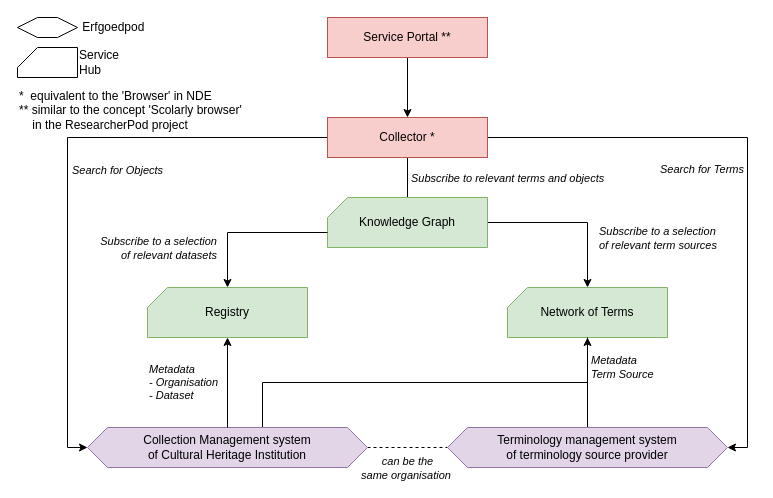
ErfgoedPod/usecases keeps this draw.io diagram as diagrams/NDE-overzicht.drawio. Above is the earlier version. Source tidied: cells renumbered, new cells numbered last; positions are measured from the earlier drawing's top-left corner, leaving out a move shared by most shapes. Both pictures are drawn from the tidied source at 100%, with x=0, y=0 at pixel (17, 17).
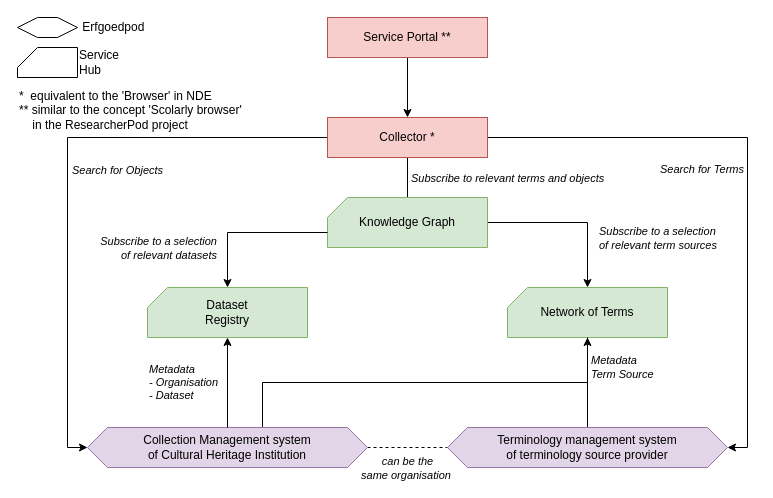
Above is the later version.

Change to the diagram source:
```diff
@@
-    <mxCell id="25" value="Registry" style="shape=card;whiteSpace=wrap;html=1;size=20;fillColor=#d5e8d4;strokeColor=#82b366;" parent="1" vertex="1">
+    <mxCell id="25" value="Dataset&lt;br&gt;Registry" style="shape=card;whiteSpace=wrap;html=1;size=20;fillColor=#d5e8d4;strokeColor=#82b366;" parent="1" vertex="1">
       <mxGeometry x="130" y="270" width="160" height="50" as="geometry" />
     </mxCell>
```
